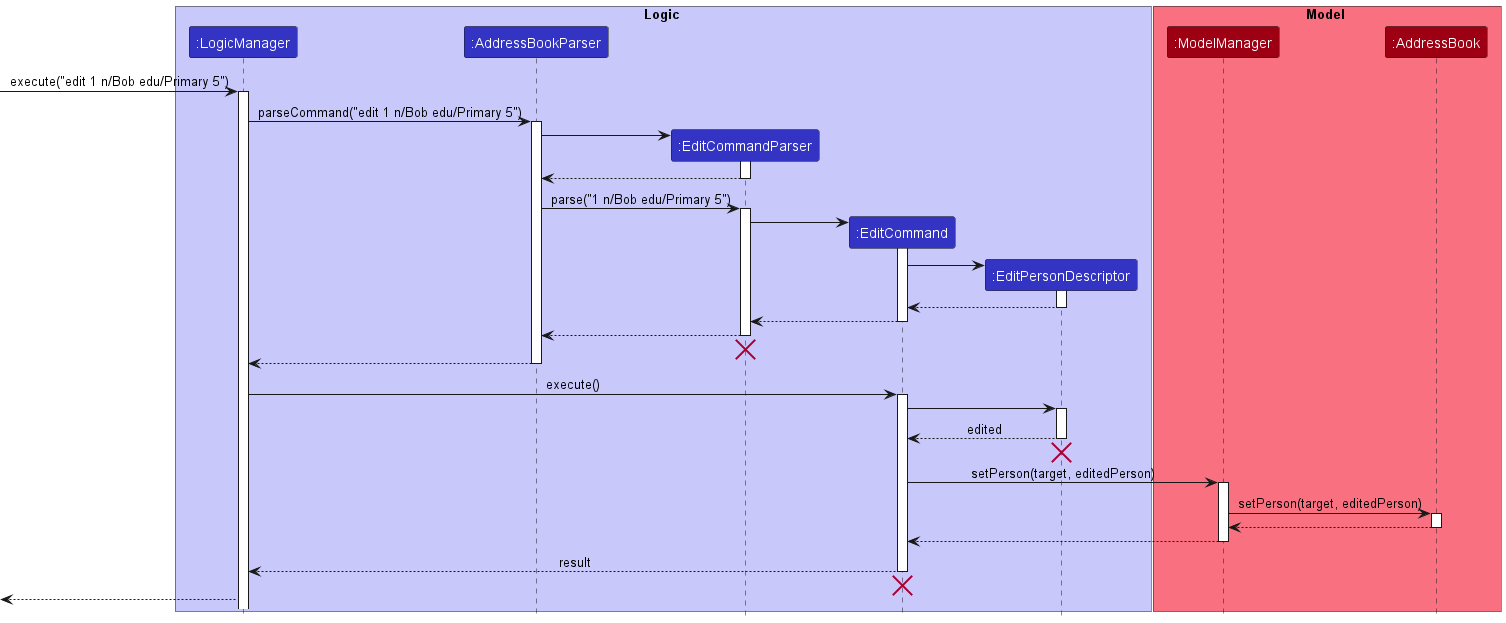
Before: docs/images/EditSequenceDiagram.png, a diagram exported from PlantUML (nus-cs2103-AY2223S2/tp).
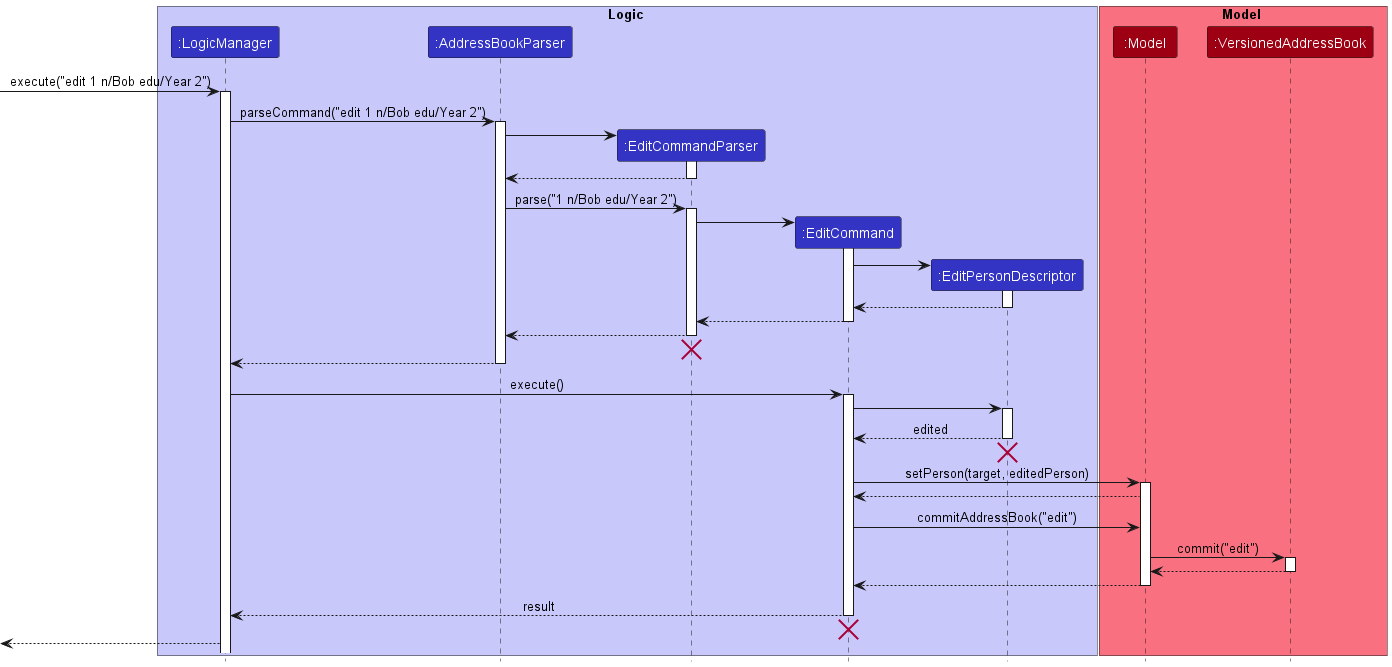
The same file after the commit.

Commit message:
Update sequence diagrams up to undo redo

The edit, as a diff of the source:
```diff
@@ -10,13 +10,13 @@
 end box
 
 box Model MODEL_COLOR_T1
-participant ":ModelManager" as ModelManager MODEL_COLOR
-participant ":AddressBook" as AddressBook MODEL_COLOR
+participant ":Model" as Model MODEL_COLOR
+participant ":VersionedAddressBook" as VersionedAddressBook MODEL_COLOR
 end box
-[-> LogicManager : execute("edit 1 n/Bob edu/Primary 5")
+[-> LogicManager : execute("edit 1 n/Bob edu/Year 2")
 activate LogicManager
 
-LogicManager -> AddressBookParser : parseCommand("edit 1 n/Bob edu/Primary 5")
+LogicManager -> AddressBookParser : parseCommand("edit 1 n/Bob edu/Year 2")
 activate AddressBookParser
 
 create EditCommandParser
@@ -26,7 +26,7 @@
 EditCommandParser --> AddressBookParser
 deactivate EditCommandParser
 
-AddressBookParser -> EditCommandParser : parse("1 n/Bob edu/Primary 5")
+AddressBookParser -> EditCommandParser : parse("1 n/Bob edu/Year 2")
 activate EditCommandParser
 
 create EditCommand
@@ -54,20 +54,28 @@
 
 EditCommand -> Descriptor
 activate Descriptor
+
 Descriptor --> EditCommand : edited
 deactivate Descriptor
+
 Descriptor -[hidden]-> EditCommand
 destroy Descriptor
-EditCommand -> ModelManager : setPerson(target, editedPerson)
-activate ModelManager
 
-ModelManager -> AddressBook : setPerson(target, editedPerson)
-activate AddressBook
-AddressBook --> ModelManager
-deactivate AddressBook
+EditCommand -> Model : setPerson(target, editedPerson)
+activate Model
 
-ModelManager --> EditCommand
-deactivate ModelManager
+Model --> EditCommand
+
+EditCommand -> Model : commitAddressBook("edit")
+
+Model -> VersionedAddressBook : commit("edit")
+activate VersionedAddressBook
+
+VersionedAddressBook --> Model
+deactivate VersionedAddressBook
+
+Model --> EditCommand
+deactivate Model
 
 EditCommand --> LogicManager : result
 deactivate EditCommand
```
